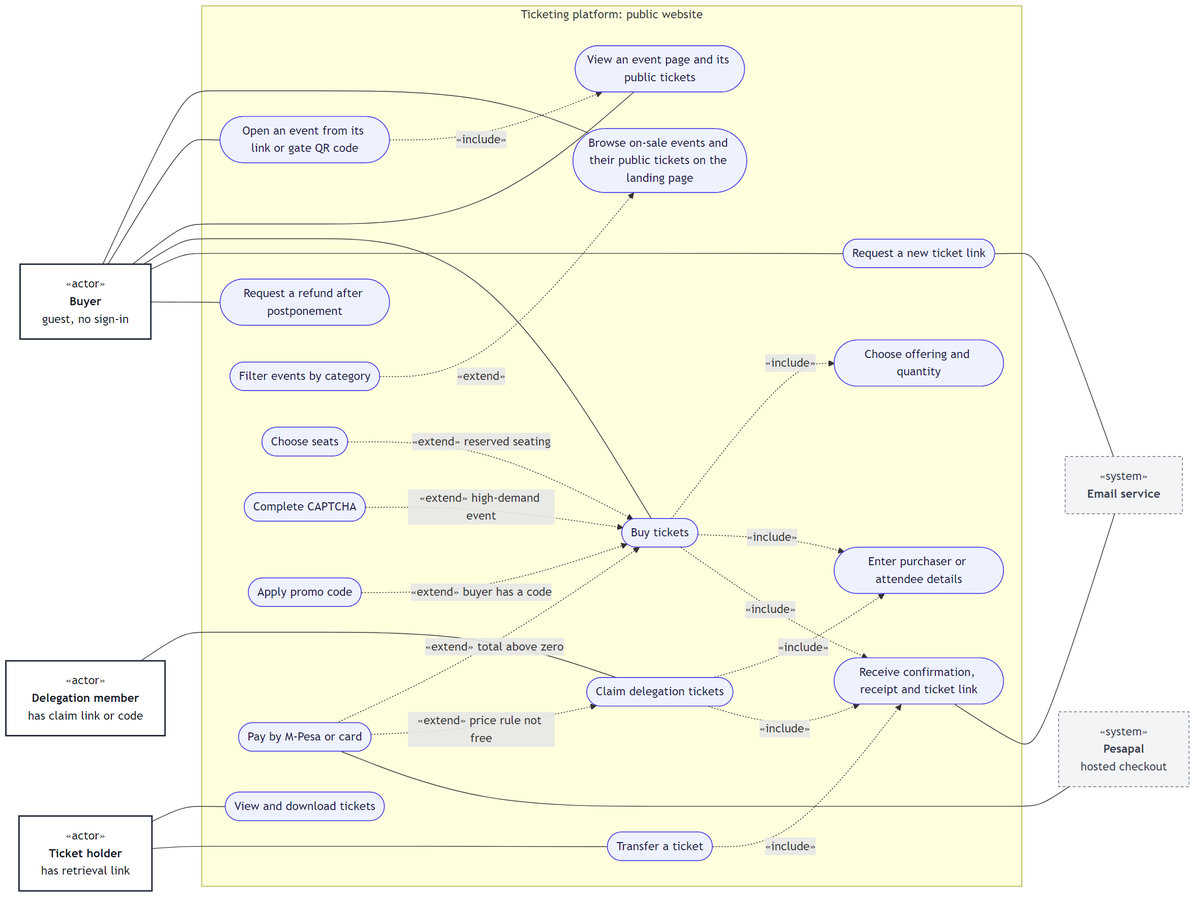
The Mermaid diagram doc/diagrams/use-cases/01-buyer-and-ticket-holder.png in kreativesahara/ticket, before a commit. Its source is kept beside it as doc/diagrams/use-cases/01-buyer-and-ticket-holder.mmd. Source of this version:
```mermaid
flowchart LR
    classDef actor fill:#ffffff,stroke:#1f2937,stroke-width:2px,color:#111827
    classDef external fill:#f3f4f6,stroke:#6b7280,stroke-width:1px,stroke-dasharray:4 3,color:#374151
    classDef usecase fill:#eef2ff,stroke:#4f46e5,stroke-width:1px,color:#1e1b4b

    Buyer["«actor»<br/><b>Buyer</b><br/>guest, no sign-in"]:::actor
    Member["«actor»<br/><b>Delegation member</b><br/>has claim link or code"]:::actor
    Holder["«actor»<br/><b>Ticket holder</b><br/>has retrieval link"]:::actor

    subgraph SYS["Ticketing platform: public website"]
        UC1(["Browse on-sale events and their public tickets on the landing page"]):::usecase
        UC1F(["Filter events by category"]):::usecase
        UC16(["Open an event from its link or gate QR code"]):::usecase
        UC2(["View an event page and its public tickets"]):::usecase
        UC3(["Buy tickets"]):::usecase
        UC4(["Choose offering and quantity"]):::usecase
        UC5(["Choose seats"]):::usecase
        UC6(["Enter purchaser or attendee details"]):::usecase
        UC7(["Complete CAPTCHA"]):::usecase
        UC8(["Apply promo code"]):::usecase
        UC9(["Pay by M-Pesa or card"]):::usecase
        UC10(["Claim delegation tickets"]):::usecase
        UC11(["Receive confirmation, receipt and ticket link"]):::usecase
        UC12(["View and download tickets"]):::usecase
        UC13(["Request a new ticket link"]):::usecase
        UC14(["Transfer a ticket"]):::usecase
        UC15(["Request a refund after postponement"]):::usecase
    end

    Pesapal["«system»<br/><b>Pesapal</b><br/>hosted checkout"]:::external
    Email["«system»<br/><b>Email service</b>"]:::external

    Buyer --- UC1
    Buyer --- UC16
    Buyer --- UC2
    Buyer --- UC3
    Buyer --- UC13
    Buyer --- UC15
    Member --- UC10
    Holder --- UC12
    Holder --- UC14

    UC1F -.->|"«extend»"| UC1
    UC16 -.->|"«include»"| UC2
    UC3 -.->|"«include»"| UC4
    UC3 -.->|"«include»"| UC6
    UC5 -.->|"«extend» reserved seating"| UC3
    UC7 -.->|"«extend» high-demand event"| UC3
    UC8 -.->|"«extend» buyer has a code"| UC3
    UC9 -.->|"«extend» total above zero"| UC3
    UC10 -.->|"«include»"| UC6
    UC9 -.->|"«extend» price rule not free"| UC10
    UC3 -.->|"«include»"| UC11
    UC10 -.->|"«include»"| UC11
    UC14 -.->|"«include»"| UC11

    Buyer ~~~ UC1F
    Buyer ~~~ UC5
    Buyer ~~~ UC7
    Buyer ~~~ UC8
    Buyer ~~~ UC9
    Member ~~~ UC9
    Holder ~~~ UC9
    UC11 ~~~ Pesapal

    UC9 --- Pesapal
    UC11 --- Email
    UC13 --- Email
```
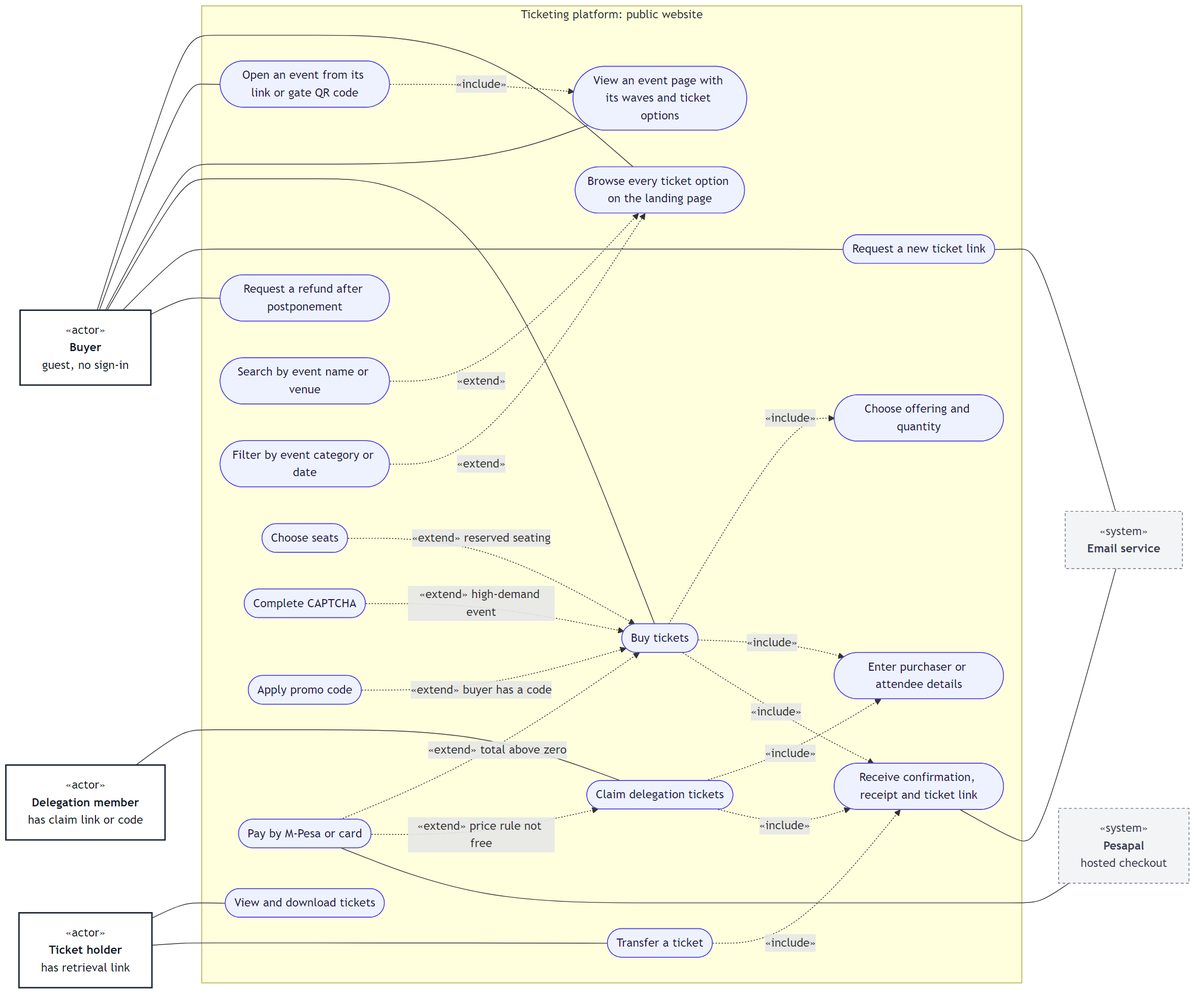
Later version of the same file.

Change to the diagram source:
```diff
@@ -8,10 +8,11 @@
     Holder["«actor»<br/><b>Ticket holder</b><br/>has retrieval link"]:::actor
 
     subgraph SYS["Ticketing platform: public website"]
-        UC1(["Browse on-sale events and their public tickets on the landing page"]):::usecase
-        UC1F(["Filter events by category"]):::usecase
+        UC1(["Browse every ticket option on the landing page"]):::usecase
+        UC1S(["Search by event name or venue"]):::usecase
+        UC1F(["Filter by event category or date"]):::usecase
         UC16(["Open an event from its link or gate QR code"]):::usecase
-        UC2(["View an event page and its public tickets"]):::usecase
+        UC2(["View an event page with its waves and ticket options"]):::usecase
         UC3(["Buy tickets"]):::usecase
         UC4(["Choose offering and quantity"]):::usecase
         UC5(["Choose seats"]):::usecase
@@ -40,6 +41,7 @@
     Holder --- UC12
     Holder --- UC14
 
+    UC1S -.->|"«extend»"| UC1
     UC1F -.->|"«extend»"| UC1
     UC16 -.->|"«include»"| UC2
     UC3 -.->|"«include»"| UC4
@@ -54,6 +56,7 @@
     UC10 -.->|"«include»"| UC11
     UC14 -.->|"«include»"| UC11
 
+    Buyer ~~~ UC1S
     Buyer ~~~ UC1F
     Buyer ~~~ UC5
     Buyer ~~~ UC7
```
